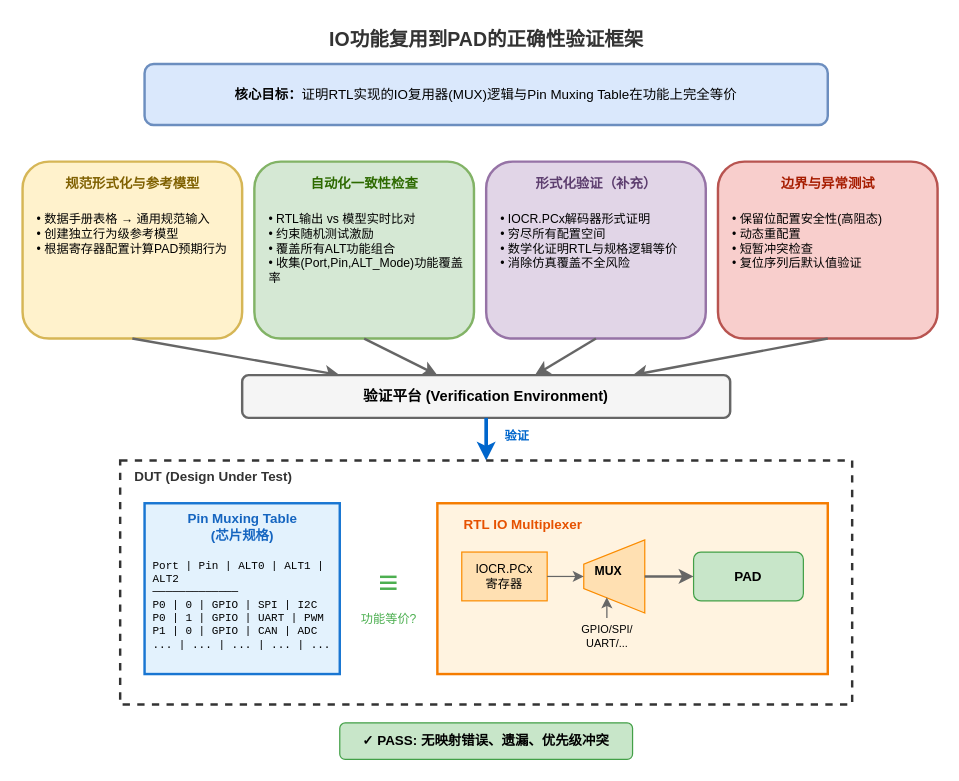
The draw.io diagram page "第 9 页" (9 of 10) of drawio/gpio.drawio in iceyxy/flow-chart-drawio, before the edit. Source tidied: cells renumbered, new cells numbered last; positions are measured from the earlier drawing's top-left corner, leaving out a move shared by most shapes. Both pictures are drawn from the tidied source at 122%, with x=0, y=0 at pixel (22, 21).
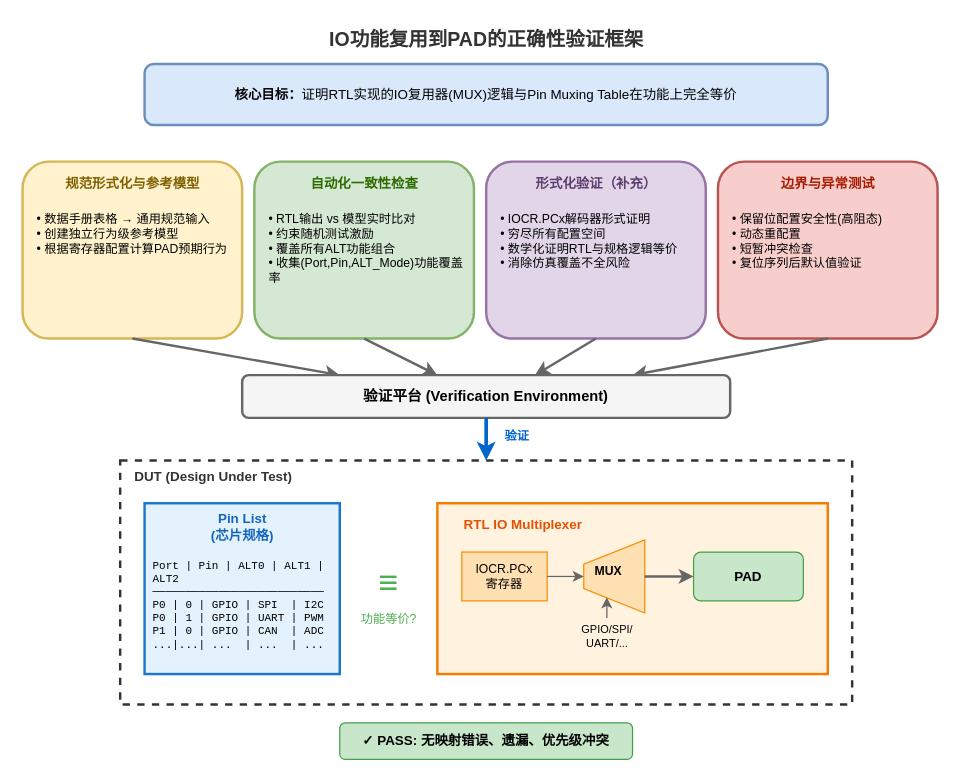
The same diagram, later.

Diff of the diagram source:
```diff
@@
-    <mxCell id="27" value="Pin Muxing Table&lt;br&gt;(芯片规格)" style="text;html=1;strokeColor=none;fillColor=none;align=center;verticalAlign=middle;fontSize=11;fontStyle=1;fontColor=#1565C0;" parent="1" vertex="1">
+    <mxCell id="27" value="Pin List&lt;br&gt;(芯片规格)" style="text;html=1;strokeColor=none;fillColor=none;align=center;verticalAlign=middle;fontSize=11;fontStyle=1;fontColor=#1565C0;" parent="1" vertex="1">
       <mxGeometry x="105" y="400" width="150" height="30" as="geometry" />
     </mxCell>
-    <mxCell id="28" value="Port | Pin | ALT0 | ALT1 | ALT2&lt;br&gt;─────────────&lt;br&gt;P0   |  0  | GPIO | SPI  | I2C&lt;br&gt;P0   |  1  | GPIO | UART | PWM&lt;br&gt;P1   |  0  | GPIO | CAN  | ADC&lt;br&gt;...  | ... | ...  | ...  | ..." style="text;html=1;strokeColor=none;fillColor=none;align=left;verticalAlign=top;fontSize=9;fontFamily=Courier New;whiteSpace=wrap;" parent="1" vertex="1">
+    <mxCell id="28" value="Port | Pin | ALT0 | ALT1 | ALT2&lt;br&gt;──────────────────────────&lt;br&gt;P0   |  0  | GPIO | SPI&amp;nbsp; | I2C&lt;br&gt;P0   |  1  | GPIO | UART | PWM&lt;br&gt;P1   |  0  | GPIO | CAN&amp;nbsp; | ADC&lt;br&gt;...|...| ...&amp;nbsp; | ...&amp;nbsp; | ..." style="text;html=1;strokeColor=none;fillColor=none;align=left;verticalAlign=top;fontSize=9;fontFamily=Courier New;whiteSpace=wrap;" parent="1" vertex="1">
       <mxGeometry x="105" y="435" width="150" height="95" as="geometry" />
     </mxCell>
```
